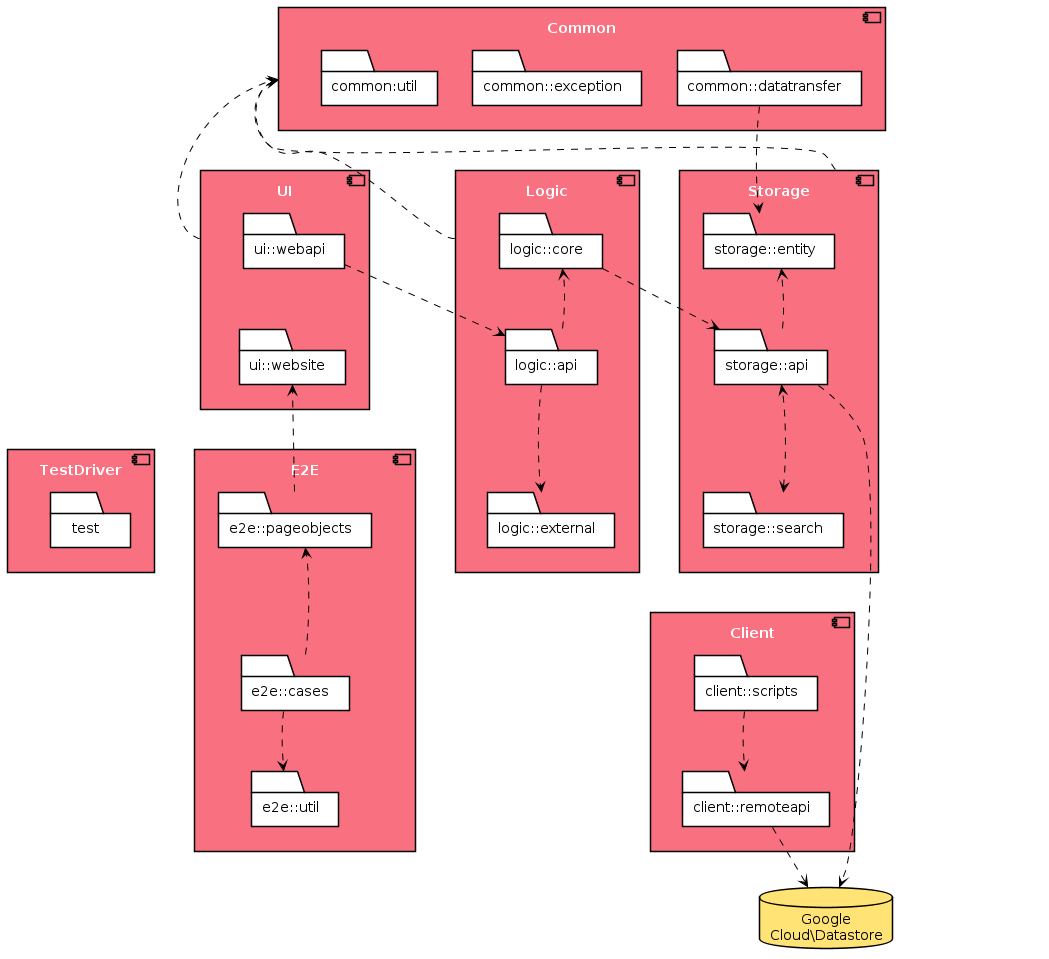
Earlier version of the PlantUML export diagrams/packageDiagram.png (meet0806/teammates). Its source is kept beside it as diagrams/packageDiagram.puml. Its diagram source:
```plantuml
@startuml
!include diagrams/style.puml
skinparam componentBackgroundColor MODEL_COLOR_T1
skinparam componentFontColor #FFFFFF
skinparam folderBackgroundColor #FFFFFF
skinparam rectangleBackgroundColor MODEL_COLOR
skinparam arrowColor #000000

component Common {
    folder "common:util" as CommonUtil
    folder "common::exception" as CommonException
    folder "common::datatransfer" as CommonDataTransfer
}

component UI {
    folder "ui::webapi" as UiWebApi
    folder "ui::website" as UiWebsite
}

component Logic {
    folder "logic::core" as LogicCore
    folder "logic::external" as LogicExternal
    folder "logic::api" as LogicApi
}

component Storage {
    folder "storage::entity" as StorageEntity
    folder "storage::api" as StorageApi
    folder "storage::search" as StorageSearch
}

component TestDriver {
    folder "test" as Test
}

component E2E {
    folder "e2e::pageobjects" as E2EPageObjects
    folder "e2e::cases" as E2ECases
    folder "e2e::util" as E2EUtil
}

component Client  {
    folder "client::scripts" as ClientScripts
    folder "client::remoteapi" as ClientRemoteApi
}

database "Google\nCloud\Datastore" as GCD STORAGE_COLOR_T1

UI ..> Common
Logic ..> Common
Storage ..> Common

CommonDataTransfer ..> StorageEntity
UiWebApi ..> LogicApi
LogicCore ..> StorageApi
StorageApi ..> GCD
E2EPageObjects ..> UiWebsite
ClientRemoteApi ..> GCD

LogicApi ..> LogicCore
LogicApi ..> LogicExternal
StorageApi ..> StorageEntity
StorageSearch <..> StorageApi
E2ECases ..> E2EPageObjects
E2ECases ..> E2EUtil
ClientScripts ..> ClientRemoteApi

Common -[hidden]down- UI
UI -[hidden]up- Common
Common -[hidden]down- Logic
Logic -[hidden]up- Common
Common -[hidden]down- Storage
Storage -[hidden]up- Common

UI -[hidden]right- Logic
Logic -[hidden]right- Storage
TestDriver -[hidden]right- E2E
E2E -[hidden]right- Client

UI -[hidden]down- TestDriver
UiWebsite -[hidden]down- Test

Logic -[hidden]down- E2E
E2E -[hidden]up- Logic

LogicApi -[hidden]down- E2EPageObjects
Storage -[hidden]down- Client
StorageSearch -[hidden]down- ClientScripts
Storage -[hidden]right- GCD
Client -[hidden]right- GCD

UiWebApi -[hidden]down- UiWebsite
LogicCore -[hidden]down- LogicApi
LogicExternal -[hidden]down- LogicApi
StorageEntity -[hidden]down- StorageApi
StorageApi -[hidden]down- StorageSearch
E2EPageObjects -[hidden]down- E2ECases
E2ECases -[hidden]down- E2EUtil
ClientScripts -[hidden]down- ClientRemoteApi
CommonUtil -[hidden]right- CommonException
CommonException -[hidden]right- CommonDataTransfer
CommonDataTransfer -[hidden]down- StorageEntity
CommonUtil -[hidden]down- UiWebApi

@enduml
```
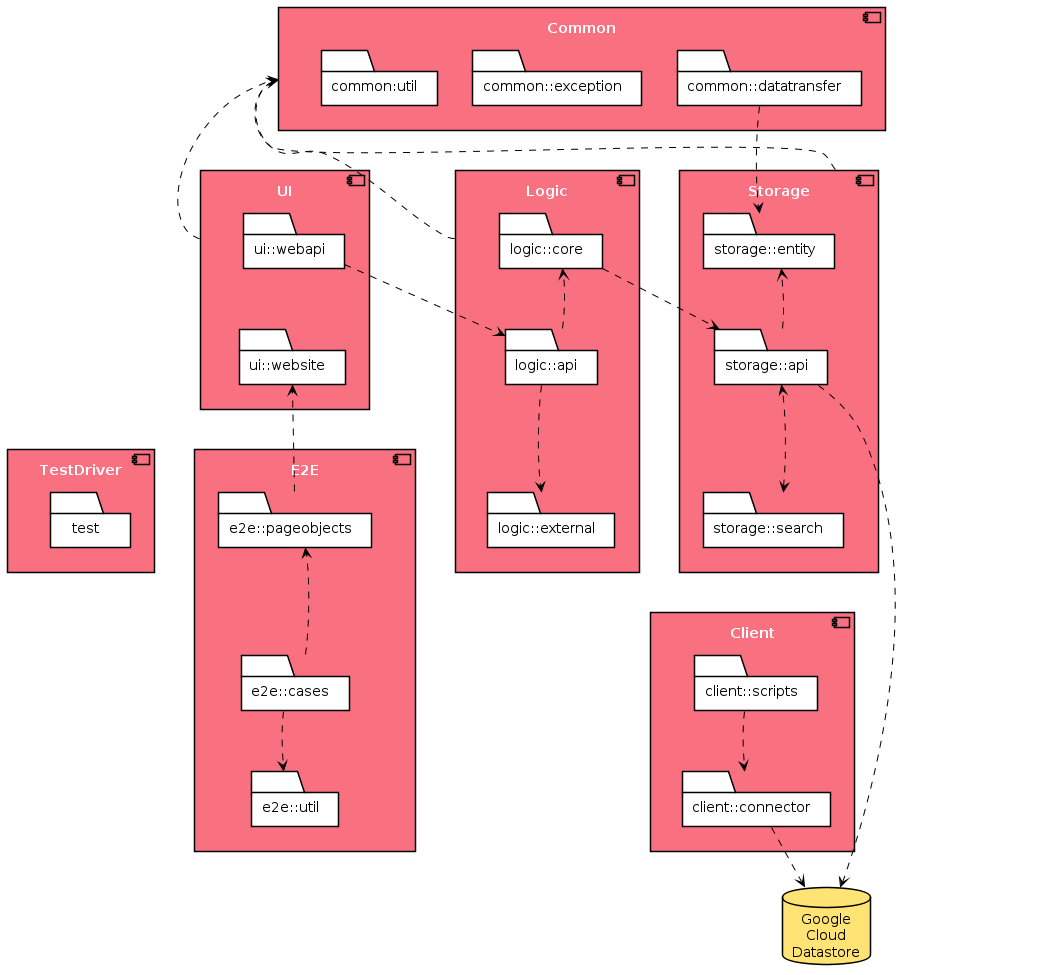
The same diagram one commit later.

The edit, as a diff of the source:
```diff
@@ -41,10 +41,10 @@
 
 component Client  {
     folder "client::scripts" as ClientScripts
-    folder "client::remoteapi" as ClientRemoteApi
+    folder "client::connector" as ClientConnector
 }
 
-database "Google\nCloud\Datastore" as GCD STORAGE_COLOR_T1
+database "Google\nCloud\nDatastore" as GCD STORAGE_COLOR_T1
 
 UI ..> Common
 Logic ..> Common
@@ -55,7 +55,7 @@
 LogicCore ..> StorageApi
 StorageApi ..> GCD
 E2EPageObjects ..> UiWebsite
-ClientRemoteApi ..> GCD
+ClientConnector ..> GCD
 
 LogicApi ..> LogicCore
 LogicApi ..> LogicExternal
@@ -63,7 +63,7 @@
 StorageSearch <..> StorageApi
 E2ECases ..> E2EPageObjects
 E2ECases ..> E2EUtil
-ClientScripts ..> ClientRemoteApi
+ClientScripts ..> ClientConnector
 
 Common -[hidden]down- UI
 UI -[hidden]up- Common
@@ -96,7 +96,7 @@
 StorageApi -[hidden]down- StorageSearch
 E2EPageObjects -[hidden]down- E2ECases
 E2ECases -[hidden]down- E2EUtil
-ClientScripts -[hidden]down- ClientRemoteApi
+ClientScripts -[hidden]down- ClientConnector
 CommonUtil -[hidden]right- CommonException
 CommonException -[hidden]right- CommonDataTransfer
 CommonDataTransfer -[hidden]down- StorageEntity
```
